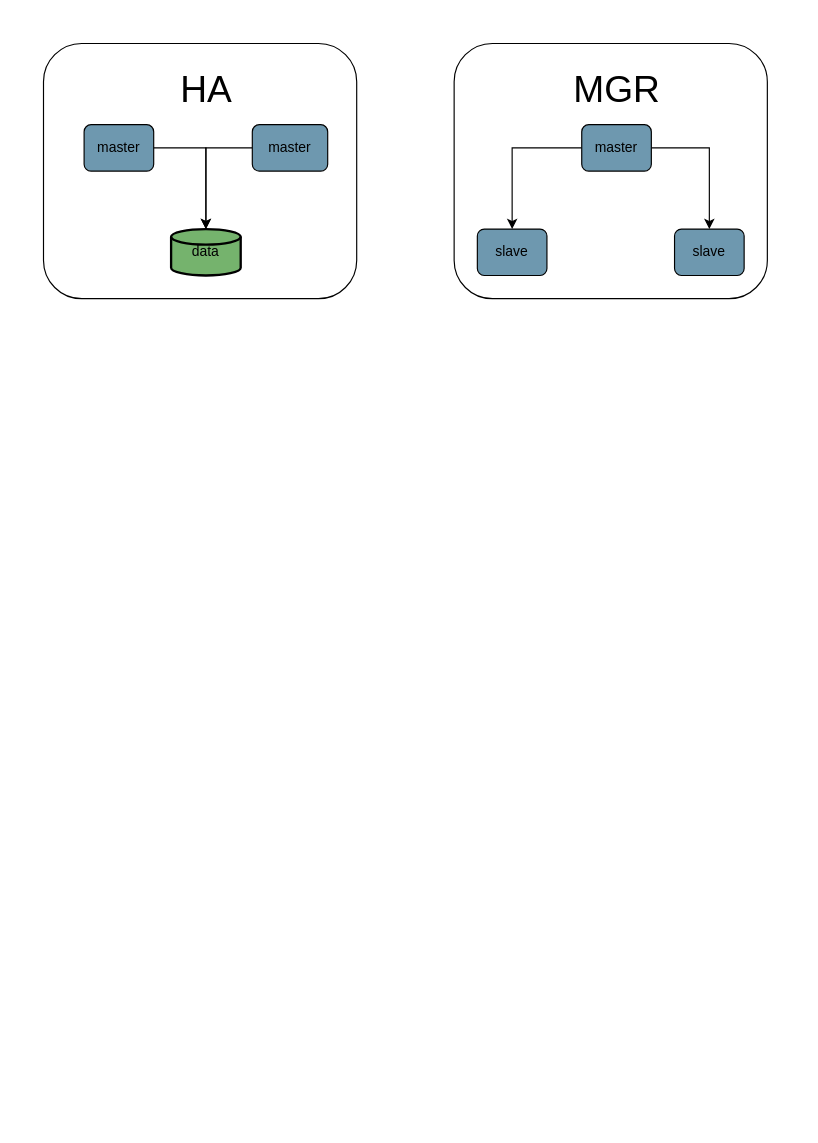
Before: dbscan/dbscan.drawio in maopashui/drawio, a draw.io diagram. Source tidied: cells renumbered, new cells numbered last; positions are measured from the earlier drawing's top-left corner, leaving out a move shared by most shapes. Both pictures are drawn from the tidied source at 116%, with x=0, y=0 at pixel (43, 20).
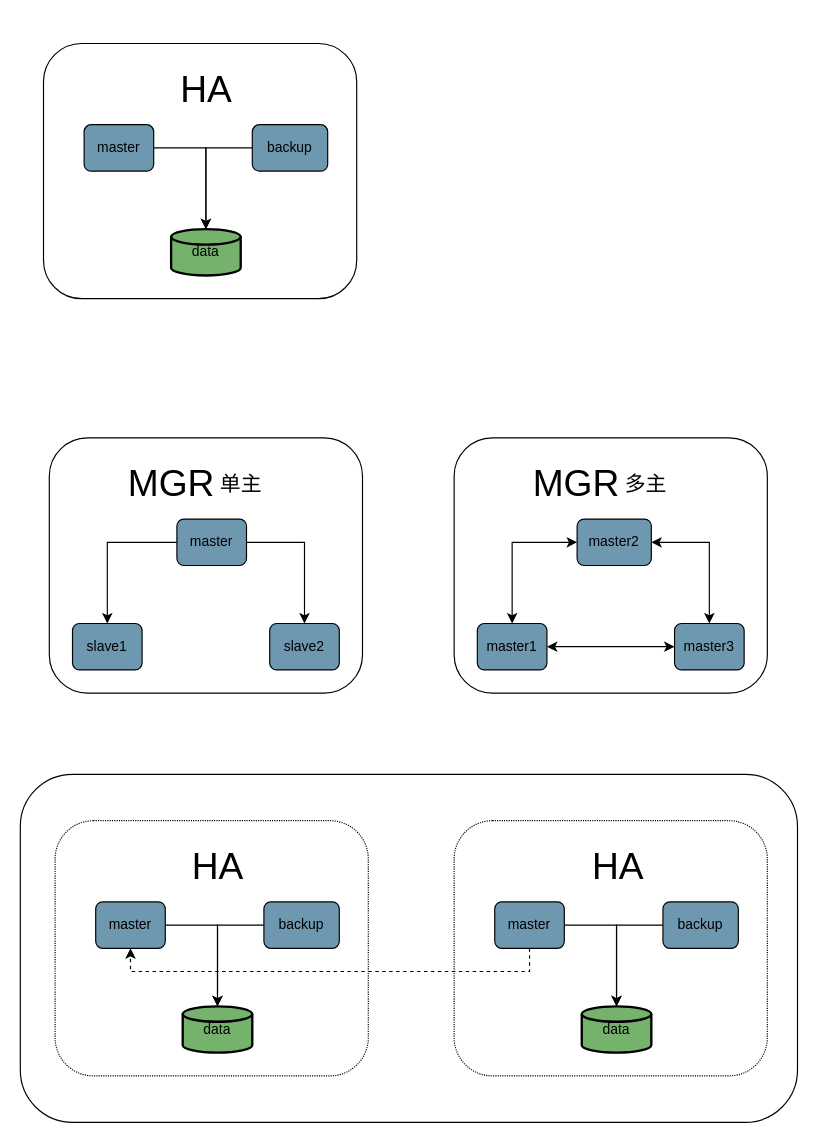
The same diagram, later.

Commit message:
更新dbscan新增MGR和HA图片.drawio

Diff of the diagram source:
```diff
@@
-    <mxCell id="7" value="master" style="rounded=1;whiteSpace=wrap;html=1;glass=0;fillColor=#6E98AF;" parent="1" vertex="1">
+    <mxCell id="7" value="backup" style="rounded=1;whiteSpace=wrap;html=1;glass=0;fillColor=#6E98AF;" parent="1" vertex="1">
       <mxGeometry x="180" y="90" width="65" height="40" as="geometry" />
     </mxCell>
@@
     <mxCell id="9" style="rounded=1;whiteSpace=wrap;html=1;glass=0;fillColor=none;fillStyle=auto;gradientColor=none;" parent="1" vertex="1">
-      <mxGeometry x="354" y="20" width="270" height="220" as="geometry" />
+      <mxGeometry x="5" y="360" width="270" height="220" as="geometry" />
     </mxCell>
-    <mxCell id="10" value="slave" style="rounded=1;whiteSpace=wrap;html=1;glass=0;fillColor=#6E98AF;" parent="1" vertex="1">
-      <mxGeometry x="374" y="180" width="60" height="40" as="geometry" />
+    <mxCell id="10" value="slave1" style="rounded=1;whiteSpace=wrap;html=1;glass=0;fillColor=#6E98AF;" parent="1" vertex="1">
+      <mxGeometry x="25" y="520" width="60" height="40" as="geometry" />
     </mxCell>
-    <mxCell id="11" value="slave" style="rounded=1;whiteSpace=wrap;html=1;glass=0;fillColor=#6E98AF;" parent="1" vertex="1">
-      <mxGeometry x="544" y="180" width="60" height="40" as="geometry" />
+    <mxCell id="11" value="slave2" style="rounded=1;whiteSpace=wrap;html=1;glass=0;fillColor=#6E98AF;" parent="1" vertex="1">
+      <mxGeometry x="195" y="520" width="60" height="40" as="geometry" />
     </mxCell>
@@
     <mxCell id="14" value="master" style="rounded=1;whiteSpace=wrap;html=1;glass=0;fillColor=#6E98AF;" parent="1" vertex="1">
-      <mxGeometry x="464" y="90" width="60" height="40" as="geometry" />
+      <mxGeometry x="115" y="430" width="60" height="40" as="geometry" />
     </mxCell>
     <mxCell id="15" value="&lt;p style=&quot;font-size: 32px;&quot;&gt;MGR&lt;/p&gt;" style="text;html=1;align=center;verticalAlign=middle;rounded=0;glass=0;fillStyle=auto;rotation=0;fontSize=32;" parent="1" vertex="1">
-      <mxGeometry x="444" width="100" height="120" as="geometry" />
+      <mxGeometry x="60" y="340" width="100" height="120" as="geometry" />
     </mxCell>
+    <mxCell id="16" value="单主" style="text;html=1;align=center;verticalAlign=middle;fillColor=none;strokeColor=none;rounded=0;glass=0;fillStyle=auto;fontFamily=Helvetica;fontSize=18;" parent="1" vertex="1">
+      <mxGeometry x="140" y="385" width="60" height="30" as="geometry" />
+    </mxCell>
+    <mxCell id="17" style="rounded=1;whiteSpace=wrap;html=1;glass=0;fillColor=none;fillStyle=auto;gradientColor=none;" parent="1" vertex="1">
+      <mxGeometry x="354" y="360" width="270" height="220" as="geometry" />
+    </mxCell>
+    <mxCell id="18" style="edgeStyle=orthogonalEdgeStyle;rounded=0;jettySize=auto;html=1;fontFamily=Helvetica;fontSize=18;startArrow=classic;startFill=1;" parent="1" edge="1" source="19" target="20">
+      <mxGeometry relative="1" as="geometry" />
+    </mxCell>
+    <mxCell id="19" value="master1" style="rounded=1;whiteSpace=wrap;html=1;glass=0;fillColor=#6E98AF;" parent="1" vertex="1">
+      <mxGeometry x="374" y="520" width="60" height="40" as="geometry" />
+    </mxCell>
+    <mxCell id="20" value="master3" style="rounded=1;whiteSpace=wrap;html=1;glass=0;fillColor=#6E98AF;" parent="1" vertex="1">
+      <mxGeometry x="544" y="520" width="60" height="40" as="geometry" />
+    </mxCell>
+    <mxCell id="21" style="edgeStyle=orthogonalEdgeStyle;rounded=0;jettySize=auto;html=1;entryX=0.5;entryY=0;entryDx=0;entryDy=0;fontFamily=Helvetica;fontSize=18;verticalAlign=middle;startArrow=classic;startFill=1;" parent="1" edge="1" source="23" target="19">
+      <mxGeometry relative="1" as="geometry" />
+    </mxCell>
+    <mxCell id="22" style="edgeStyle=orthogonalEdgeStyle;rounded=0;jettySize=auto;html=1;entryX=0.5;entryY=0;entryDx=0;entryDy=0;fontFamily=Helvetica;fontSize=18;startArrow=classic;startFill=1;" parent="1" edge="1" source="23" target="20">
+      <mxGeometry relative="1" as="geometry" />
+    </mxCell>
+    <mxCell id="23" value="master2" style="rounded=1;whiteSpace=wrap;html=1;glass=0;fillColor=#6E98AF;" parent="1" vertex="1">
+      <mxGeometry x="460" y="430" width="64" height="40" as="geometry" />
+    </mxCell>
+    <mxCell id="24" value="&lt;p style=&quot;font-size: 32px;&quot;&gt;MGR&lt;/p&gt;" style="text;html=1;align=center;verticalAlign=middle;rounded=0;glass=0;fillStyle=auto;rotation=0;fontSize=32;" parent="1" vertex="1">
+      <mxGeometry x="409" y="340" width="100" height="120" as="geometry" />
+    </mxCell>
+    <mxCell id="25" value="多主" style="text;html=1;align=center;verticalAlign=middle;fillColor=none;strokeColor=none;rounded=0;glass=0;fillStyle=auto;fontFamily=Helvetica;fontSize=18;" parent="1" vertex="1">
+      <mxGeometry x="489" y="385" width="60" height="30" as="geometry" />
+    </mxCell>
+    <mxCell id="26" style="rounded=1;whiteSpace=wrap;html=1;glass=0;fillStyle=auto;fontFamily=Helvetica;fontSize=18;fillColor=none;gradientColor=none;" parent="1" vertex="1">
+      <mxGeometry x="-20" y="650" width="670" height="300" as="geometry" />
+    </mxCell>
+    <mxCell id="27" style="rounded=1;whiteSpace=wrap;html=1;glass=0;fillColor=none;fillStyle=auto;gradientColor=none;dashed=1;dashPattern=1 1;" parent="1" vertex="1">
+      <mxGeometry x="10" y="690" width="270" height="220" as="geometry" />
+    </mxCell>
+    <mxCell id="28" value="data" style="strokeWidth=2;html=1;shape=mxgraph.flowchart.database;whiteSpace=wrap;rounded=1;glass=0;fillColor=#75B36D;" parent="1" vertex="1">
+      <mxGeometry x="120" y="850" width="60" height="40" as="geometry" />
+    </mxCell>
+    <mxCell id="29" style="edgeStyle=orthogonalEdgeStyle;rounded=0;jettySize=auto;html=1;entryX=0.5;entryY=0;entryDx=0;entryDy=0;entryPerimeter=0;" parent="1" edge="1" source="30" target="28">
+      <mxGeometry relative="1" as="geometry" />
+    </mxCell>
+    <mxCell id="30" value="master" style="rounded=1;whiteSpace=wrap;html=1;glass=0;fillColor=#6E98AF;" parent="1" vertex="1">
+      <mxGeometry x="45" y="760" width="60" height="40" as="geometry" />
+    </mxCell>
+    <mxCell id="31" style="edgeStyle=orthogonalEdgeStyle;rounded=0;jettySize=auto;html=1;" parent="1" edge="1" source="32" target="28">
+      <mxGeometry relative="1" as="geometry">
+        <Array as="points">
+          <mxPoint x="150" y="780" />
+        </Array>
+      </mxGeometry>
+    </mxCell>
+    <mxCell id="32" value="backup" style="rounded=1;whiteSpace=wrap;html=1;glass=0;fillColor=#6E98AF;" parent="1" vertex="1">
+      <mxGeometry x="190" y="760" width="65" height="40" as="geometry" />
+    </mxCell>
+    <mxCell id="33" value="&lt;p style=&quot;font-size: 32px;&quot;&gt;HA&lt;/p&gt;" style="text;html=1;align=center;verticalAlign=middle;rounded=0;glass=0;fillStyle=auto;rotation=0;fontSize=32;" parent="1" vertex="1">
+      <mxGeometry x="115" y="670" width="70" height="120" as="geometry" />
+    </mxCell>
+    <mxCell id="34" style="rounded=1;whiteSpace=wrap;html=1;glass=0;fillColor=none;fillStyle=auto;gradientColor=none;dashed=1;dashPattern=1 1;" parent="1" vertex="1">
+      <mxGeometry x="354" y="690" width="270" height="220" as="geometry" />
+    </mxCell>
+    <mxCell id="35" value="data" style="strokeWidth=2;html=1;shape=mxgraph.flowchart.database;whiteSpace=wrap;rounded=1;glass=0;fillColor=#75B36D;" parent="1" vertex="1">
+      <mxGeometry x="464" y="850" width="60" height="40" as="geometry" />
+    </mxCell>
+    <mxCell id="36" style="edgeStyle=orthogonalEdgeStyle;rounded=0;jettySize=auto;html=1;entryX=0.5;entryY=0;entryDx=0;entryDy=0;entryPerimeter=0;" parent="1" edge="1" source="38" target="35">
+      <mxGeometry relative="1" as="geometry" />
+    </mxCell>
+    <mxCell id="37" style="edgeStyle=orthogonalEdgeStyle;rounded=0;jettySize=auto;html=1;entryX=0.5;entryY=1;entryDx=0;entryDy=0;fontFamily=Helvetica;fontSize=18;startArrow=none;startFill=0;dashed=1;" parent="1" edge="1" source="38" target="30">
+      <mxGeometry relative="1" as="geometry">
+        <Array as="points">
+          <mxPoint x="419" y="820" />
+          <mxPoint x="75" y="820" />
+        </Array>
+      </mxGeometry>
+    </mxCell>
+    <mxCell id="38" value="master" style="rounded=1;whiteSpace=wrap;html=1;glass=0;fillColor=#6E98AF;" parent="1" vertex="1">
+      <mxGeometry x="389" y="760" width="60" height="40" as="geometry" />
+    </mxCell>
+    <mxCell id="39" style="edgeStyle=orthogonalEdgeStyle;rounded=0;jettySize=auto;html=1;" parent="1" edge="1" source="40" target="35">
+      <mxGeometry relative="1" as="geometry">
+        <Array as="points">
+          <mxPoint x="494" y="780" />
+        </Array>
+      </mxGeometry>
+    </mxCell>
+    <mxCell id="40" value="backup" style="rounded=1;whiteSpace=wrap;html=1;glass=0;fillColor=#6E98AF;" parent="1" vertex="1">
+      <mxGeometry x="534" y="760" width="65" height="40" as="geometry" />
+    </mxCell>
+    <mxCell id="41" value="&lt;p style=&quot;font-size: 32px;&quot;&gt;HA&lt;/p&gt;" style="text;html=1;align=center;verticalAlign=middle;rounded=0;glass=0;fillStyle=auto;rotation=0;fontSize=32;" parent="1" vertex="1">
+      <mxGeometry x="460" y="670" width="70" height="120" as="geometry" />
+    </mxCell>
```
